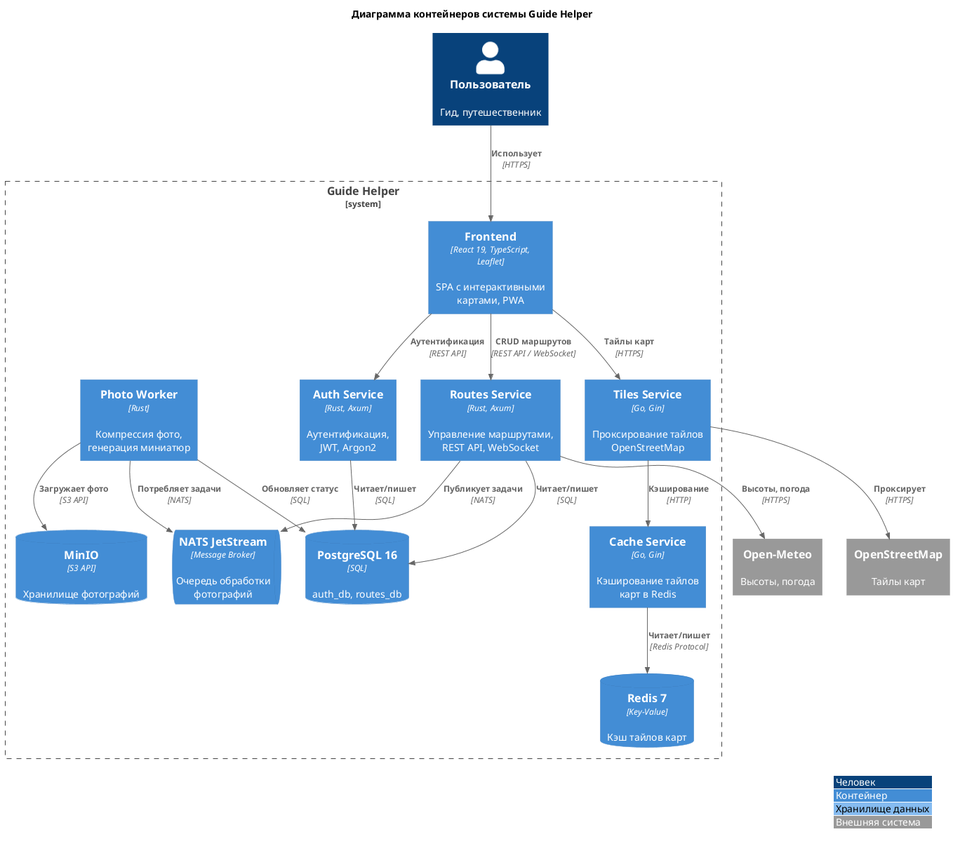
Before: doc/latex/images/c4-container.png, a diagram exported from PlantUML (jaennil/guide_helper).
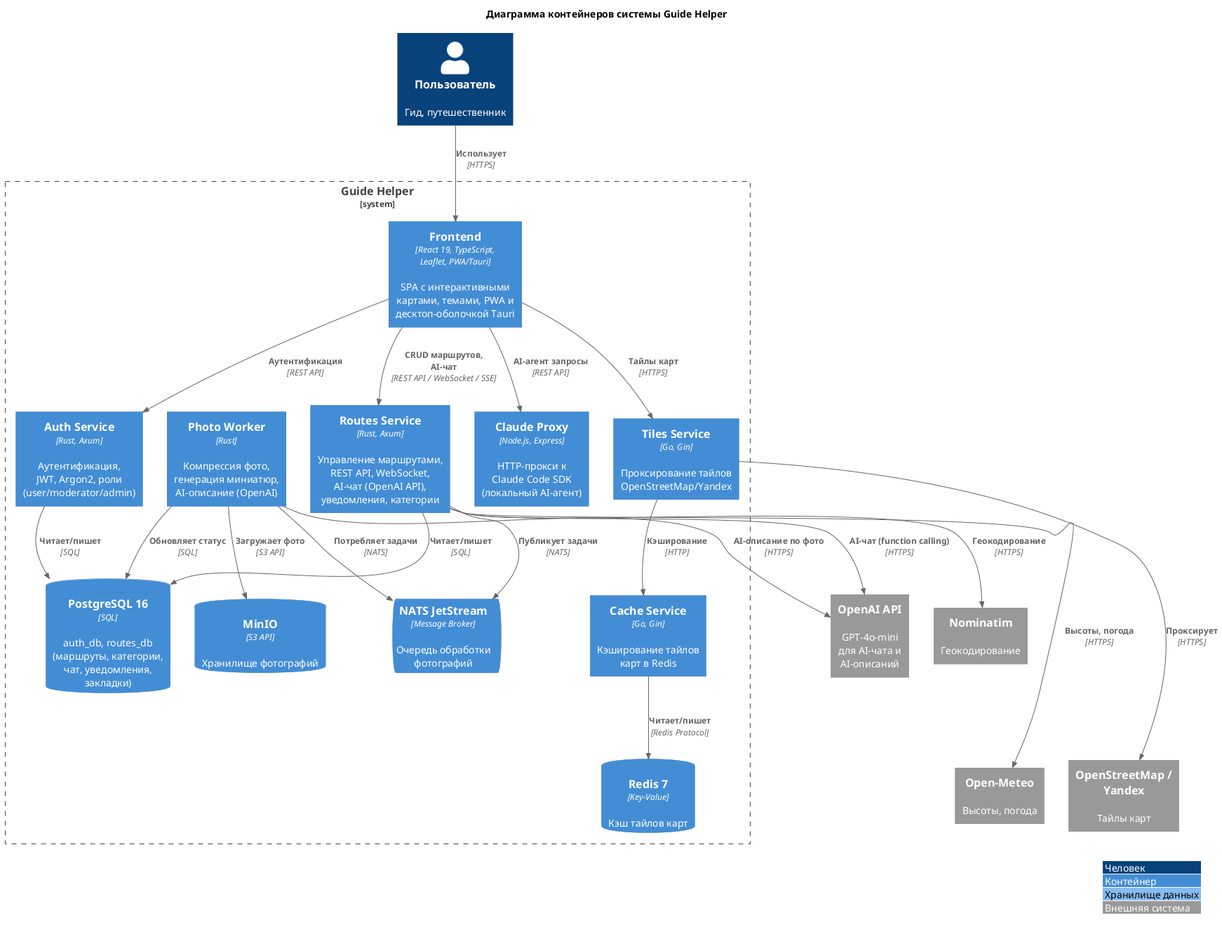
The same file after the commit.

Commit message:
docs: fix c4-container diagram layout to 2x2 external systems grid

Change to the diagram source:
```diff
@@ -7,27 +7,35 @@
 Person(user, "Пользователь", "Гид, путешественник")
 
 System_Boundary(system, "Guide Helper") {
-  Container(frontend, "Frontend", "React 19, TypeScript,\nLeaflet", "SPA с интерактивными\nкартами, PWA")
+  Container(frontend, "Frontend", "React 19, TypeScript,\nLeaflet, PWA/Tauri", "SPA с интерактивными\nкартами, темами, PWA и\nдесктоп-оболочкой Tauri")
 
-  Container(auth, "Auth Service", "Rust, Axum", "Аутентификация,\nJWT, Argon2")
-  Container(routes, "Routes Service", "Rust, Axum", "Управление маршрутами,\nREST API, WebSocket")
-  Container(photoworker, "Photo Worker", "Rust", "Компрессия фото,\nгенерация миниатюр")
+  Container(auth, "Auth Service", "Rust, Axum", "Аутентификация,\nJWT, Argon2, роли\n(user/moderator/admin)")
+  Container(routes, "Routes Service", "Rust, Axum", "Управление маршрутами,\nREST API, WebSocket,\nAI-чат (OpenAI API),\nуведомления, категории")
+  Container(photoworker, "Photo Worker", "Rust", "Компрессия фото,\nгенерация миниатюр,\nAI-описание (OpenAI)")
   Container(cache, "Cache Service", "Go, Gin", "Кэширование тайлов\nкарт в Redis")
-  Container(tiles, "Tiles Service", "Go, Gin", "Проксирование тайлов\nOpenStreetMap")
+  Container(tiles, "Tiles Service", "Go, Gin", "Проксирование тайлов\nOpenStreetMap/Yandex")
+  Container(claudeproxy, "Claude Proxy", "Node.js, Express", "HTTP-прокси к\nClaude Code SDK\n(локальный AI-агент)")
 
-  ContainerDb(postgres, "PostgreSQL 16", "SQL", "auth_db, routes_db")
+  ContainerDb(postgres, "PostgreSQL 16", "SQL", "auth_db, routes_db\n(маршруты, категории,\nчат, уведомления,\nзакладки)")
   ContainerDb(redis, "Redis 7", "Key-Value", "Кэш тайлов карт")
   ContainerQueue(nats, "NATS JetStream", "Message Broker", "Очередь обработки\nфотографий")
   ContainerDb(minio, "MinIO", "S3 API", "Хранилище фотографий")
 }
 
-System_Ext(osm, "OpenStreetMap", "Тайлы карт")
-System_Ext(openmeteo, "Open-Meteo", "Высоты, погода")
+together {
+  System_Ext(openai, "OpenAI API", "GPT-4o-mini\nдля AI-чата и\nAI-описаний")
+  System_Ext(nominatim, "Nominatim", "Геокодирование")
+}
+together {
+  System_Ext(openmeteo, "Open-Meteo", "Высоты, погода")
+  System_Ext(osm, "OpenStreetMap / Yandex", "Тайлы карт")
+}
 
 Rel(user, frontend, "Использует", "HTTPS")
 Rel(frontend, auth, "Аутентификация", "REST API")
-Rel(frontend, routes, "CRUD маршрутов", "REST API / WebSocket")
+Rel(frontend, routes, "CRUD маршрутов,\nAI-чат", "REST API / WebSocket / SSE")
 Rel(frontend, tiles, "Тайлы карт", "HTTPS")
+Rel(frontend, claudeproxy, "AI-агент запросы", "REST API")
 
 Rel(auth, postgres, "Читает/пишет", "SQL")
 Rel(routes, postgres, "Читает/пишет", "SQL")
@@ -35,12 +43,19 @@
 Rel(photoworker, nats, "Потребляет задачи", "NATS")
 Rel(photoworker, minio, "Загружает фото", "S3 API")
 Rel(photoworker, postgres, "Обновляет статус", "SQL")
+Rel(photoworker, openai, "AI-описание по фото", "HTTPS")
 
 Rel(tiles, cache, "Кэширование", "HTTP")
 Rel(cache, redis, "Читает/пишет", "Redis Protocol")
 Rel(tiles, osm, "Проксирует", "HTTPS")
 
 Rel(routes, openmeteo, "Высоты, погода", "HTTPS")
+Rel(routes, nominatim, "Геокодирование", "HTTPS")
+Rel(routes, openai, "AI-чат (function calling)", "HTTPS")
+
+Lay_D(openai, openmeteo)
+Lay_D(nominatim, osm)
+Lay_R(openai, nominatim)
 
 legend right
   |<#08427B> <color:white>Человек</color> |
```
